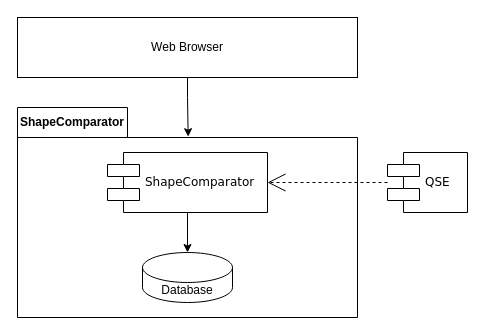
Earlier version of the draw.io diagram page "Page-1" (1 of 2) of QseEvolvingKgWebApp/notes/Schreiben/Architecture.drawio (Eva0410/QseEvolvingKg). Source tidied: cells renumbered, new cells numbered last; positions are measured from the earlier drawing's top-left corner, leaving out a move shared by most shapes. Both pictures are drawn from the tidied source at 100%, with x=0, y=0 at pixel (17, 17).
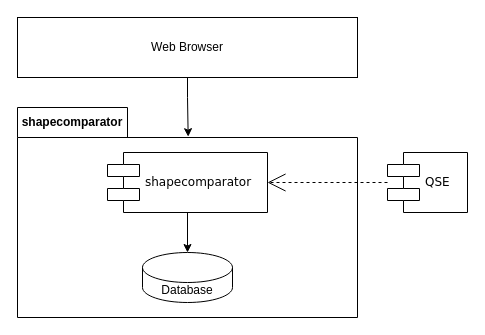
After the change.

What changed in the source:
```diff
@@
 <mxGraphModel>
   <root>
     <mxCell id="0" />
     <mxCell id="1" parent="0" />
     <mxCell id="2" value="QSE" style="shape=component;align=left;spacingLeft=36;rounded=0;shadow=0;comic=0;labelBackgroundColor=none;strokeWidth=1;fontFamily=Verdana;fontSize=12;html=1;" parent="1" vertex="1">
       <mxGeometry x="370" y="135" width="80" height="60" as="geometry" />
     </mxCell>
-    <mxCell id="3" value="ShapeComparator" style="shape=folder;fontStyle=1;tabWidth=110;tabHeight=30;tabPosition=left;html=1;boundedLbl=1;labelInHeader=1;whiteSpace=wrap;" parent="1" vertex="1">
+    <mxCell id="3" value="shapecomparator" style="shape=folder;fontStyle=1;tabWidth=110;tabHeight=30;tabPosition=left;html=1;boundedLbl=1;labelInHeader=1;whiteSpace=wrap;" parent="1" vertex="1">
       <mxGeometry y="90" width="340" height="210" as="geometry" />
     </mxCell>
     <mxCell id="4" style="edgeStyle=orthogonalEdgeStyle;rounded=0;jettySize=auto;html=1;" parent="3" edge="1" source="5" target="6">
       <mxGeometry relative="1" as="geometry" />
     </mxCell>
-    <mxCell id="5" value="ShapeComparator" style="shape=component;align=left;spacingLeft=36;rounded=0;shadow=0;comic=0;labelBackgroundColor=none;strokeWidth=1;fontFamily=Verdana;fontSize=12;html=1;" parent="3" vertex="1">
+    <mxCell id="5" value="shapecomparator" style="shape=component;align=left;spacingLeft=36;rounded=0;shadow=0;comic=0;labelBackgroundColor=none;strokeWidth=1;fontFamily=Verdana;fontSize=12;html=1;" parent="3" vertex="1">
       <mxGeometry x="90" y="45" width="160" height="60" as="geometry" />
     </mxCell>
     <mxCell id="6" value="Database" style="shape=cylinder3;whiteSpace=wrap;html=1;boundedLbl=1;backgroundOutline=1;size=15;" parent="3" vertex="1">
       <mxGeometry x="125" y="145" width="90" height="50" as="geometry" />
     </mxCell>
     <mxCell id="7" style="edgeStyle=none;rounded=0;html=1;dashed=1;labelBackgroundColor=none;startArrow=none;startFill=0;startSize=8;endArrow=open;endFill=0;endSize=16;fontFamily=Verdana;fontSize=12;entryX=1;entryY=0.5;entryDx=0;entryDy=0;" parent="1" edge="1" source="2" target="5">
       <mxGeometry relative="1" as="geometry" />
     </mxCell>
     <mxCell id="8" value="Web Browser" style="rounded=0;whiteSpace=wrap;html=1;" parent="1" vertex="1">
       <mxGeometry width="340" height="60" as="geometry" />
     </mxCell>
     <mxCell id="9" style="edgeStyle=orthogonalEdgeStyle;rounded=0;jettySize=auto;html=1;entryX=0.502;entryY=0.139;entryDx=0;entryDy=0;entryPerimeter=0;" parent="1" edge="1" source="8" target="3">
       <mxGeometry relative="1" as="geometry" />
     </mxCell>
   </root>
 </mxGraphModel>
```
